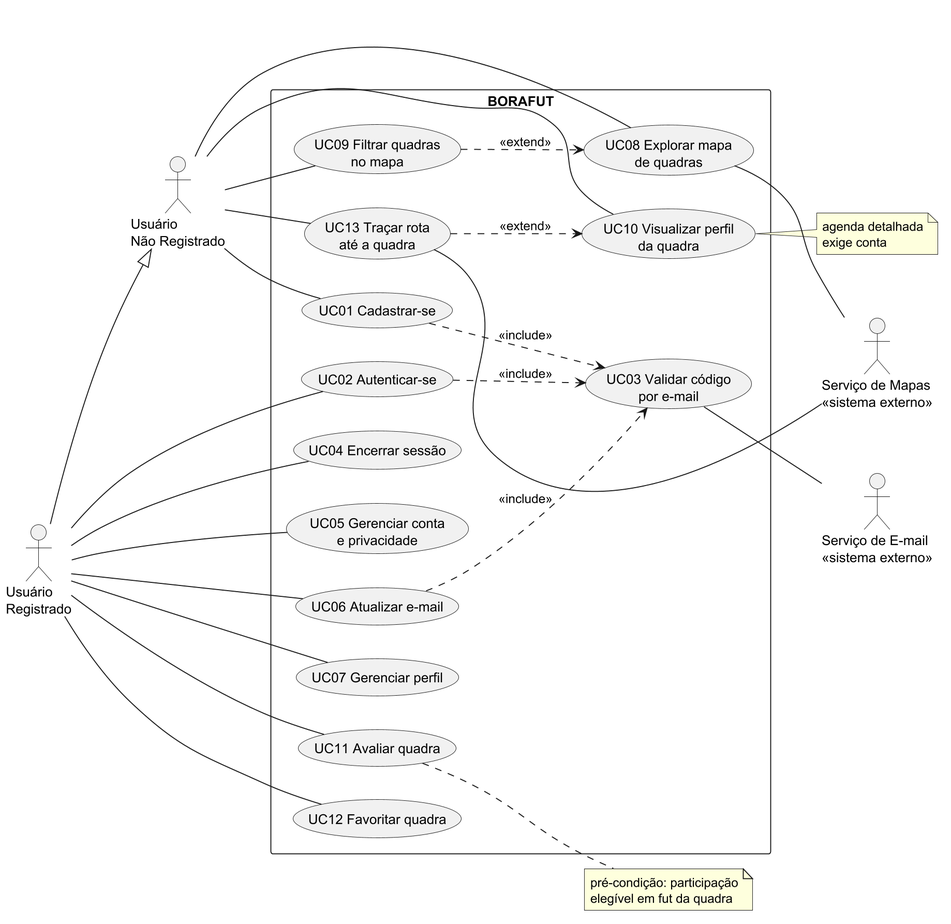
Above: latex/figuras/diagramas-src/render/uc-conta-mapa.png in EhOMiguel/borafut-app-tcc (PlantUML), before the change.
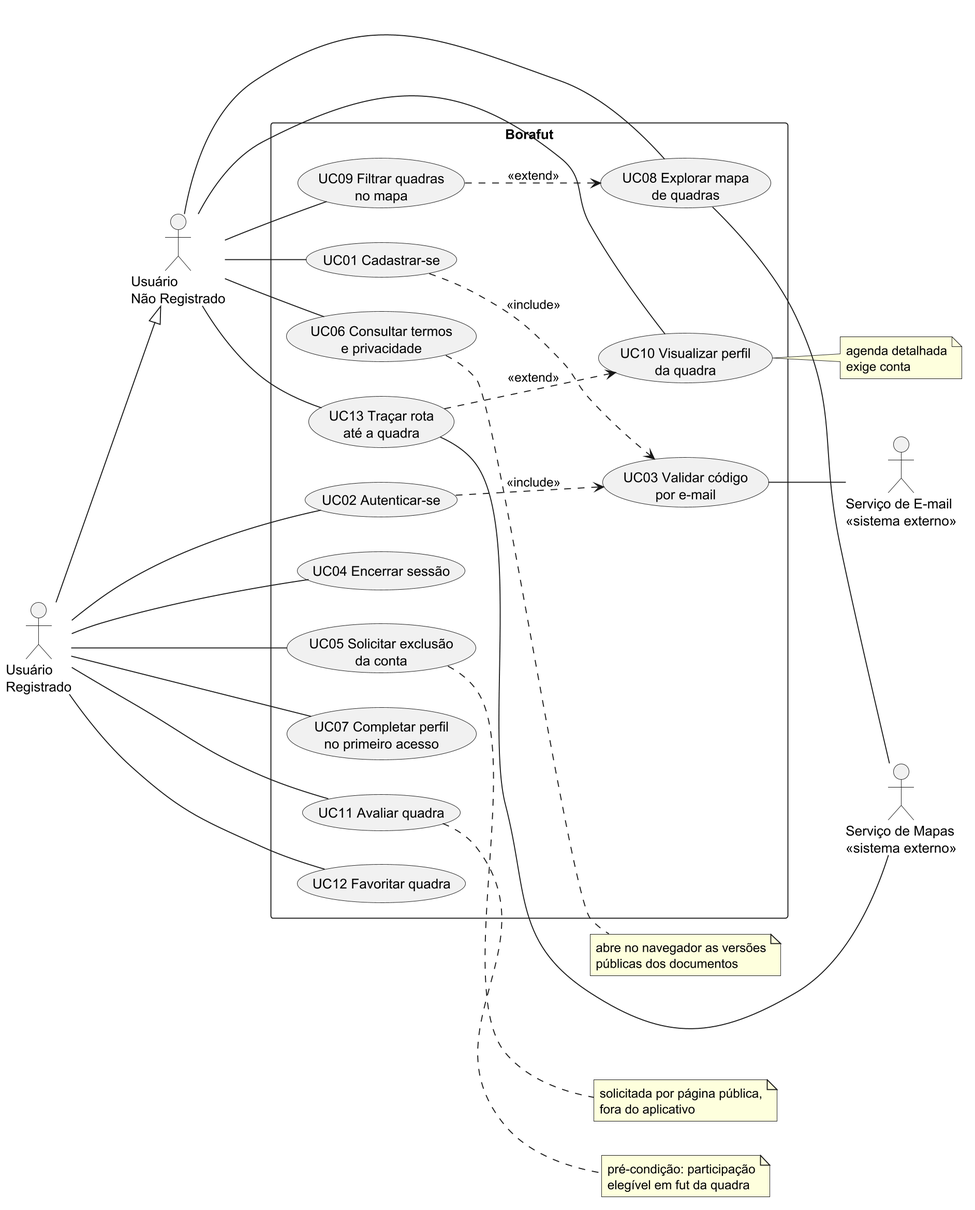
After the commit.

The edit, as a diff of the source:
```diff
@@ -10,14 +10,14 @@
 actor "Serviço de E-mail\n<<sistema externo>>" as SES
 actor "Serviço de Mapas\n<<sistema externo>>" as MAPS
 
-rectangle BORAFUT {
+rectangle Borafut {
   usecase "UC01 Cadastrar-se" as UC01
   usecase "UC02 Autenticar-se" as UC02
   usecase "UC03 Validar código\npor e-mail" as UC03
   usecase "UC04 Encerrar sessão" as UC04
-  usecase "UC05 Gerenciar conta\ne privacidade" as UC05
-  usecase "UC06 Atualizar e-mail" as UC06
-  usecase "UC07 Gerenciar perfil" as UC07
+  usecase "UC05 Solicitar exclusão\nda conta" as UC05
+  usecase "UC06 Consultar termos\ne privacidade" as UC06
+  usecase "UC07 Completar perfil\nno primeiro acesso" as UC07
   usecase "UC08 Explorar mapa\nde quadras" as UC08
   usecase "UC09 Filtrar quadras\nno mapa" as UC09
   usecase "UC10 Visualizar perfil\nda quadra" as UC10
@@ -31,18 +31,17 @@
 UNR -- UC09
 UNR -- UC10
 UNR -- UC13
+UNR -- UC06
 
 R -- UC02
 R -- UC04
 R -- UC05
-R -- UC06
 R -- UC07
 R -- UC11
 R -- UC12
 
 UC01 ..> UC03 : <<include>>
 UC02 ..> UC03 : <<include>>
-UC06 ..> UC03 : <<include>>
 
 UC09 ..> UC08 : <<extend>>
 UC13 ..> UC10 : <<extend>>
@@ -53,4 +52,6 @@
 
 note right of UC11 : pré-condição: participação\nelegível em fut da quadra
 note right of UC10 : agenda detalhada\nexige conta
+note right of UC05 : solicitada por página pública,\nfora do aplicativo
+note right of UC06 : abre no navegador as versões\npúblicas dos documentos
 @enduml
```
